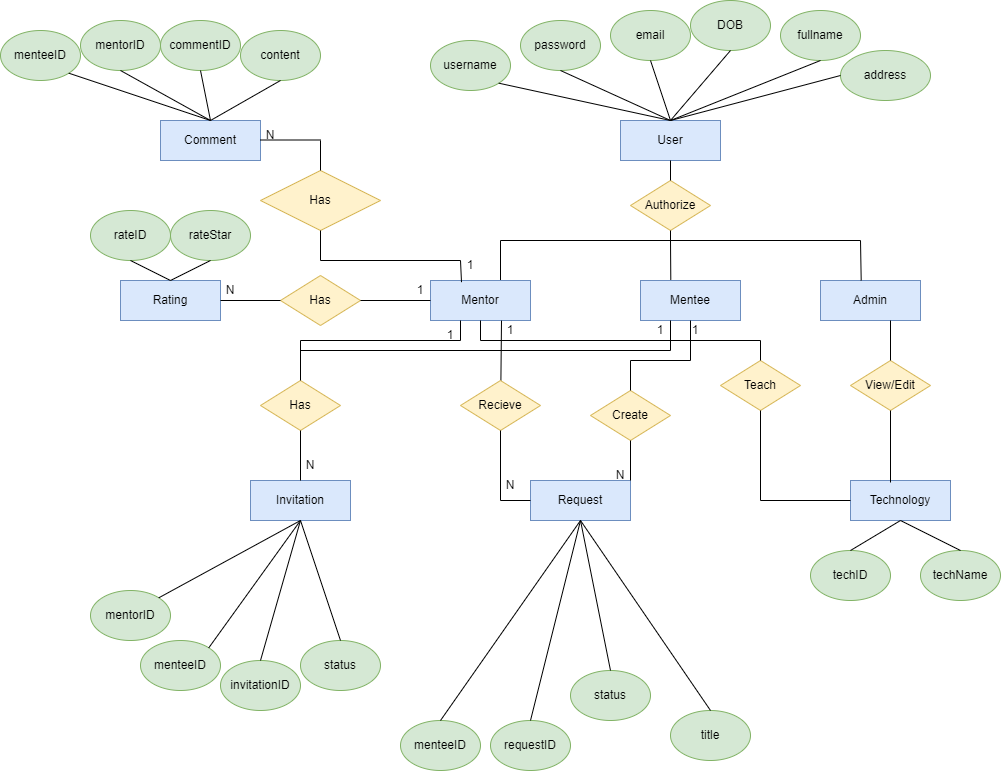
The draw.io diagram ERD.drawio.png in dungdt23/SWP391_Document, before a commit. Source tidied: cells renumbered, new cells last; positions are measured from the earlier drawing's top-left corner, leaving out a move shared by most shapes.
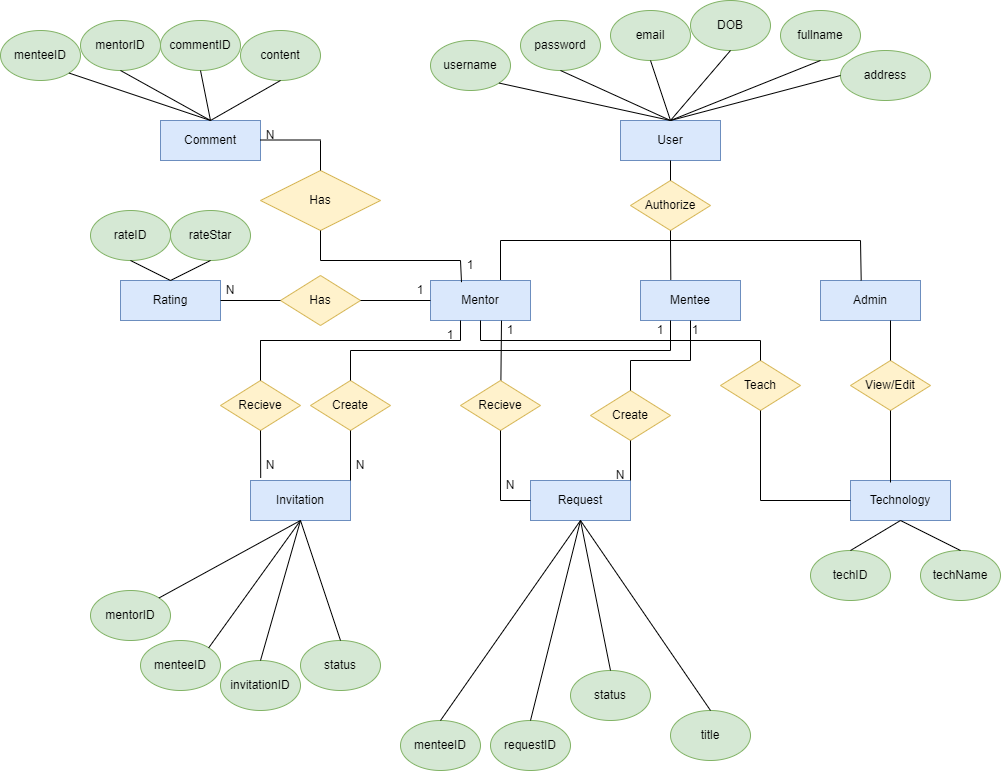
Above is the later version.

What changed in the source:
```diff
@@ -73,8 +73,8 @@
     <mxCell id="21" value="status" style="ellipse;whiteSpace=wrap;html=1;align=center;fillColor=#d5e8d4;strokeColor=#82b366;" parent="1" vertex="1">
       <mxGeometry x="570" y="670" width="80" height="50" as="geometry" />
     </mxCell>
-    <mxCell id="22" value="Has" style="shape=rhombus;perimeter=rhombusPerimeter;whiteSpace=wrap;html=1;align=center;fillColor=#fff2cc;strokeColor=#d6b656;" parent="1" vertex="1">
-      <mxGeometry x="260" y="380" width="80" height="50" as="geometry" />
+    <mxCell id="22" value="Recieve" style="shape=rhombus;perimeter=rhombusPerimeter;whiteSpace=wrap;html=1;align=center;fillColor=#fff2cc;strokeColor=#d6b656;" parent="1" vertex="1">
+      <mxGeometry x="220" y="380" width="80" height="50" as="geometry" />
     </mxCell>
     <mxCell id="23" value="Create" style="shape=rhombus;perimeter=rhombusPerimeter;whiteSpace=wrap;html=1;align=center;fillColor=#fff2cc;strokeColor=#d6b656;" parent="1" vertex="1">
       <mxGeometry x="590" y="390" width="80" height="50" as="geometry" />
@@ -130,7 +130,7 @@
     <mxCell id="37" style="endArrow=none;html=1;rounded=0;entryX=0.5;entryY=1;entryDx=0;entryDy=0;exitX=0.5;exitY=0;exitDx=0;exitDy=0;" parent="1" edge="1" source="35" target="31">
       <mxGeometry relative="1" as="geometry" />
     </mxCell>
-    <mxCell id="38" style="endArrow=none;html=1;rounded=0;exitX=0.5;exitY=0;exitDx=0;exitDy=0;entryX=0.5;entryY=1;entryDx=0;entryDy=0;" parent="1" edge="1" source="31" target="22">
+    <mxCell id="38" style="endArrow=none;html=1;rounded=0;exitX=0.102;exitY=-0.065;exitDx=0;exitDy=0;entryX=0.5;entryY=1;entryDx=0;entryDy=0;exitPerimeter=0;" parent="1" edge="1" source="31" target="22">
       <mxGeometry relative="1" as="geometry" />
     </mxCell>
     <mxCell id="39" style="endArrow=none;html=1;rounded=0;" parent="1" edge="1">
@@ -147,19 +147,22 @@
     </mxCell>
     <mxCell id="41" style="endArrow=none;html=1;rounded=0;" parent="1" edge="1">
       <mxGeometry relative="1" as="geometry">
-        <mxPoint x="300" y="340" as="sourcePoint" />
+        <mxPoint x="260" y="340" as="sourcePoint" />
         <mxPoint x="460" y="340" as="targetPoint" />
       </mxGeometry>
     </mxCell>
     <mxCell id="42" style="endArrow=none;html=1;rounded=0;" parent="1" edge="1">
       <mxGeometry relative="1" as="geometry">
-        <mxPoint x="300" y="350" as="sourcePoint" />
+        <mxPoint x="350" y="350" as="sourcePoint" />
         <mxPoint x="670" y="350" as="targetPoint" />
       </mxGeometry>
     </mxCell>
     <mxCell id="43" style="endArrow=none;html=1;rounded=0;exitX=0.5;exitY=0;exitDx=0;exitDy=0;" parent="1" edge="1" source="22">
       <mxGeometry relative="1" as="geometry">
         <mxPoint x="300" y="340" as="targetPoint" />
+        <Array as="points">
+          <mxPoint x="260" y="340" />
+        </Array>
       </mxGeometry>
     </mxCell>
     <mxCell id="44" value="Comment" style="whiteSpace=wrap;html=1;align=center;fillColor=#dae8fc;strokeColor=#6c8ebf;" parent="1" vertex="1">
@@ -293,7 +296,7 @@
       <mxGeometry x="390" y="275" width="60" height="30" as="geometry" />
     </mxCell>
     <mxCell id="80" value="N" style="text;html=1;strokeColor=none;fillColor=none;align=center;verticalAlign=middle;whiteSpace=wrap;rounded=0;" parent="1" vertex="1">
-      <mxGeometry x="280" y="450" width="60" height="30" as="geometry" />
+      <mxGeometry x="240" y="450" width="60" height="30" as="geometry" />
     </mxCell>
     <mxCell id="81" value="1" style="text;html=1;strokeColor=none;fillColor=none;align=center;verticalAlign=middle;whiteSpace=wrap;rounded=0;" parent="1" vertex="1">
       <mxGeometry x="420" y="320" width="60" height="30" as="geometry" />
@@ -381,5 +384,19 @@
     <mxCell id="106" value="N" style="text;html=1;strokeColor=none;fillColor=none;align=center;verticalAlign=middle;whiteSpace=wrap;rounded=0;" parent="1" vertex="1">
       <mxGeometry x="480" y="470" width="60" height="30" as="geometry" />
     </mxCell>
+    <mxCell id="107" value="Create" style="shape=rhombus;perimeter=rhombusPerimeter;whiteSpace=wrap;html=1;align=center;fillColor=#fff2cc;strokeColor=#d6b656;" parent="1" vertex="1">
+      <mxGeometry x="310" y="380" width="80" height="50" as="geometry" />
+    </mxCell>
+    <mxCell id="108" style="endArrow=none;html=1;rounded=0;exitX=0.5;exitY=0;exitDx=0;exitDy=0;" parent="1" edge="1" source="107">
+      <mxGeometry relative="1" as="geometry">
+        <mxPoint x="350" y="350" as="targetPoint" />
+      </mxGeometry>
+    </mxCell>
+    <mxCell id="109" style="endArrow=none;html=1;rounded=0;entryX=0.5;entryY=1;entryDx=0;entryDy=0;exitX=1;exitY=0;exitDx=0;exitDy=0;" parent="1" edge="1" source="31" target="107">
+      <mxGeometry relative="1" as="geometry" />
+    </mxCell>
+    <mxCell id="110" value="N" style="text;html=1;strokeColor=none;fillColor=none;align=center;verticalAlign=middle;whiteSpace=wrap;rounded=0;" parent="1" vertex="1">
+      <mxGeometry x="330" y="450" width="60" height="30" as="geometry" />
+    </mxCell>
   </root>
 </mxGraphModel>
```
